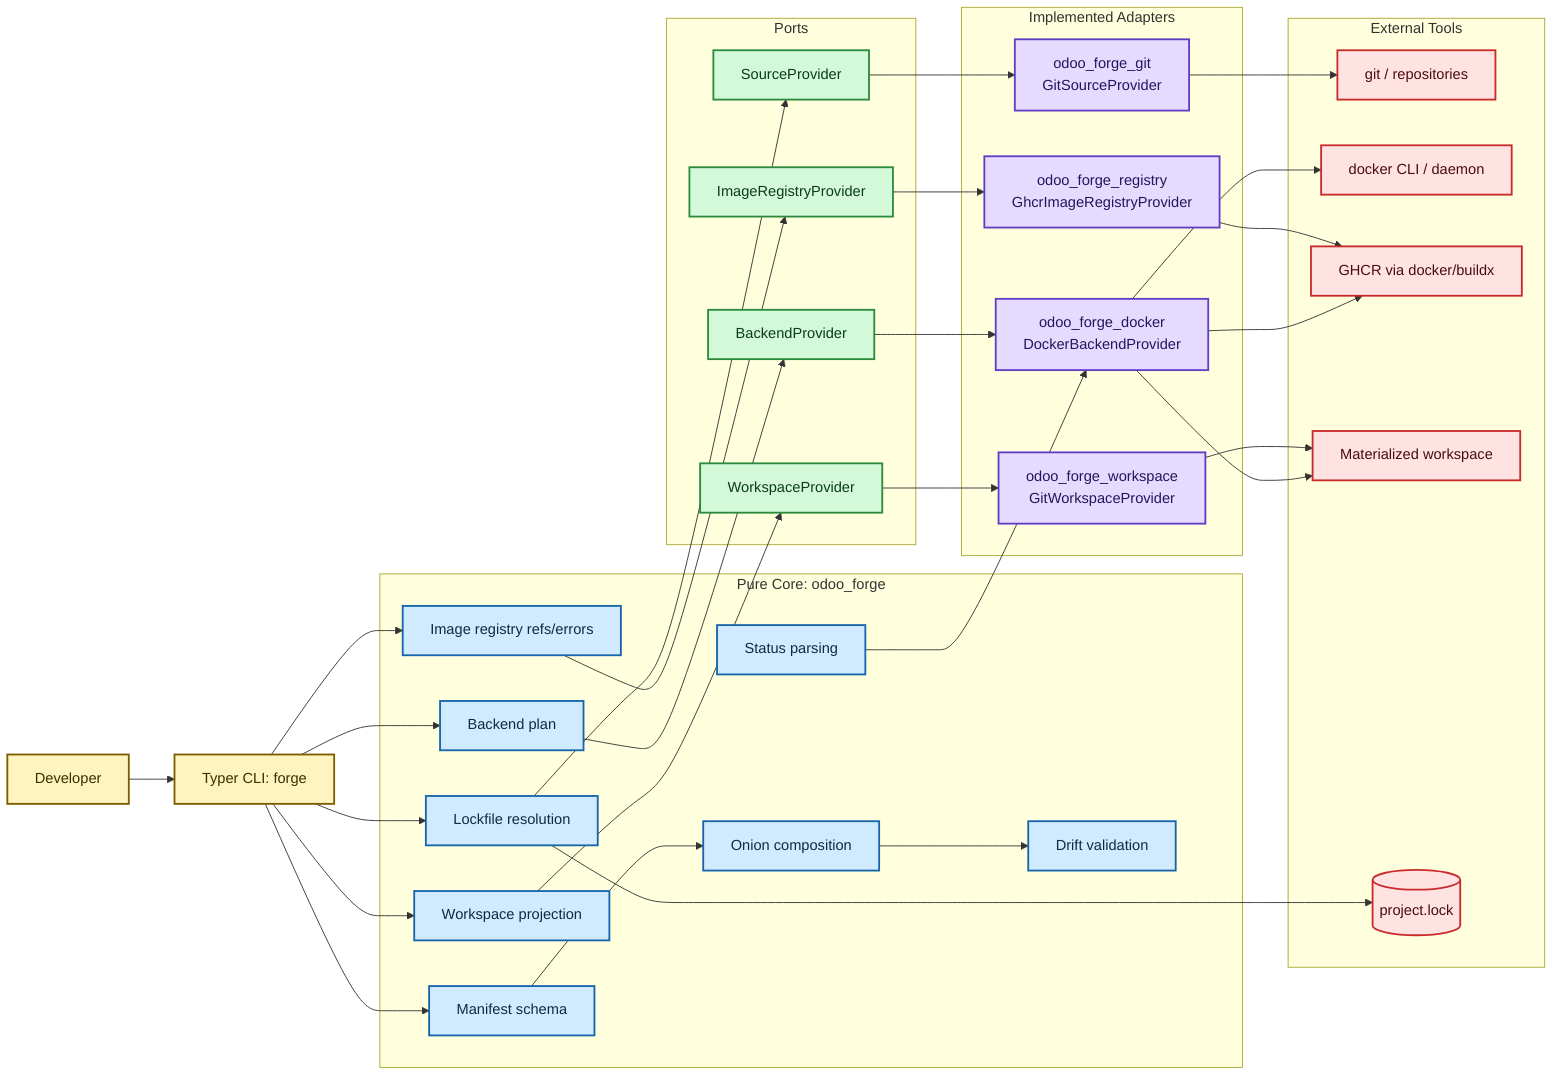
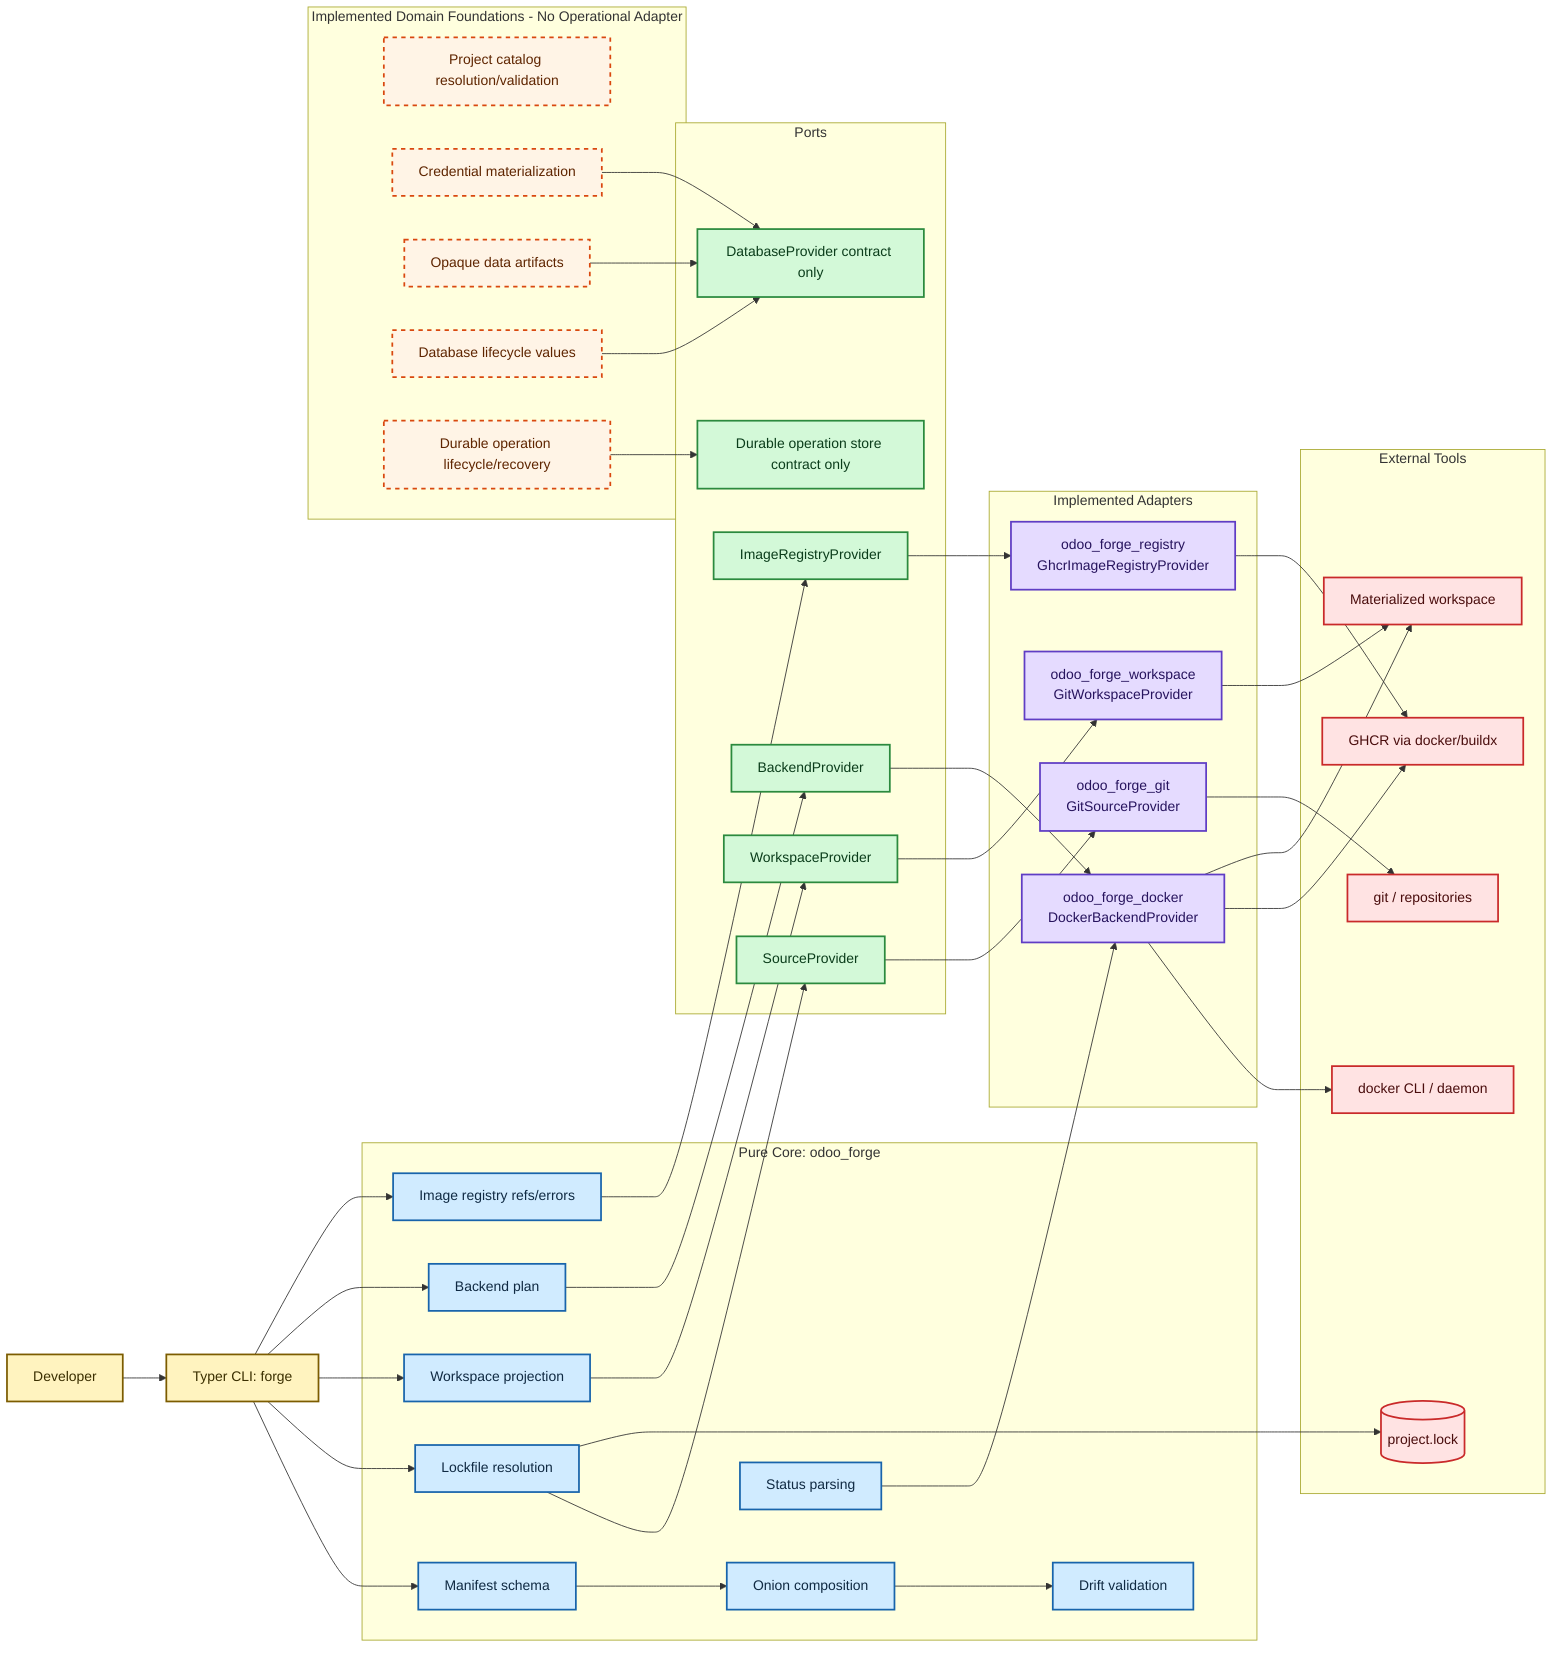
flowchart LR
    developer[Developer]
    cli[Typer CLI: forge]

    subgraph core[Pure Core: odoo_forge]
        manifest[Manifest schema]
        composition[Onion composition]
        locking[Lockfile resolution]
        projection[Workspace projection]
        backendPlan[Backend plan]
        statusParse[Status parsing]
        registryTypes[Image registry refs/errors]
        drift[Drift validation]
    end

    subgraph ports[Ports]
        sourcePort[SourceProvider]
        workspacePort[WorkspaceProvider]
        backendPort[BackendProvider]
        imagePort[ImageRegistryProvider]
+         databasePort[DatabaseProvider contract only]
+         durableStore[Durable operation store contract only]
+     end
+ 
+     subgraph foundations[Implemented Domain Foundations - No Operational Adapter]
+         projectCatalog[Project catalog resolution/validation]
+         credentials[Credential materialization]
+         artifacts[Opaque data artifacts]
+         databaseTypes[Database lifecycle values]
+         durable[Durable operation lifecycle/recovery]
    end

    subgraph adapters[Implemented Adapters]
        git[odoo_forge_git\nGitSourceProvider]
        workspaceAdapter[odoo_forge_workspace\nGitWorkspaceProvider]
        docker[odoo_forge_docker\nDockerBackendProvider]
        registry[odoo_forge_registry\nGhcrImageRegistryProvider]
    end

    subgraph external[External Tools]
        gitCli[git / repositories]
        dockerCli[docker CLI / daemon]
        ghcr[GHCR via docker/buildx]
        fs[Materialized workspace]
        lock[(project.lock)]
    end

    developer --> cli
    cli --> manifest
    cli --> locking
    cli --> projection
    cli --> backendPlan
    cli --> registryTypes
    manifest --> composition --> drift
    locking --> sourcePort --> git --> gitCli
    locking --> lock
    projection --> workspacePort --> workspaceAdapter --> fs
    backendPlan --> backendPort --> docker --> dockerCli
    registryTypes --> imagePort --> registry --> ghcr
    docker --> ghcr
    docker --> fs
    statusParse --> docker
+     databaseTypes --> databasePort
+     credentials --> databasePort
+     artifacts --> databasePort
+     durable --> durableStore

    classDef cli fill:#FFF3BF,stroke:#7C5C00,stroke-width:2px,color:#3B2F00
    classDef core fill:#D0EBFF,stroke:#1864AB,stroke-width:2px,color:#102A43
    classDef port fill:#D3F9D8,stroke:#2B8A3E,stroke-width:2px,color:#0B3D1B
    classDef adapter fill:#E5DBFF,stroke:#5F3DC4,stroke-width:2px,color:#27145E
    classDef external fill:#FFE3E3,stroke:#C92A2A,stroke-width:2px,color:#4A0D0D
+     classDef foundation fill:#FFF4E6,stroke:#D9480F,stroke-width:2px,stroke-dasharray: 5 5,color:#5F2500
    class developer,cli cli
    class manifest,composition,locking,projection,backendPlan,statusParse,registryTypes,drift core
-     class sourcePort,workspacePort,backendPort,imagePort port
+     class sourcePort,workspacePort,backendPort,imagePort,databasePort,durableStore port
    class git,workspaceAdapter,docker,registry adapter
    class gitCli,dockerCli,ghcr,fs,lock external
+     class projectCatalog,credentials,artifacts,databaseTypes,durable foundation
